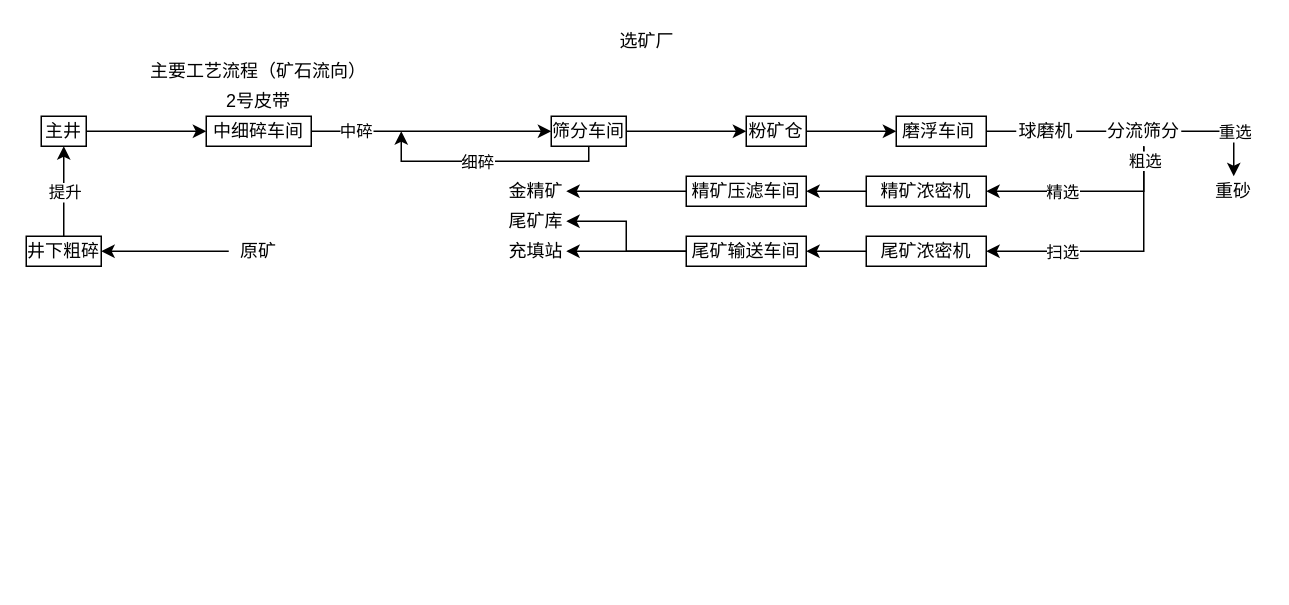
Above: 选矿工艺流程图.drawio in XS0612/daviddraw-drawio-diagrams (draw.io), before the change. Source tidied: cells renumbered, new cells numbered last; positions are measured from the earlier drawing's top-left corner, leaving out a move shared by most shapes. Both pictures are drawn from the tidied source at 150%, with x=0, y=0 at pixel (26, 26).
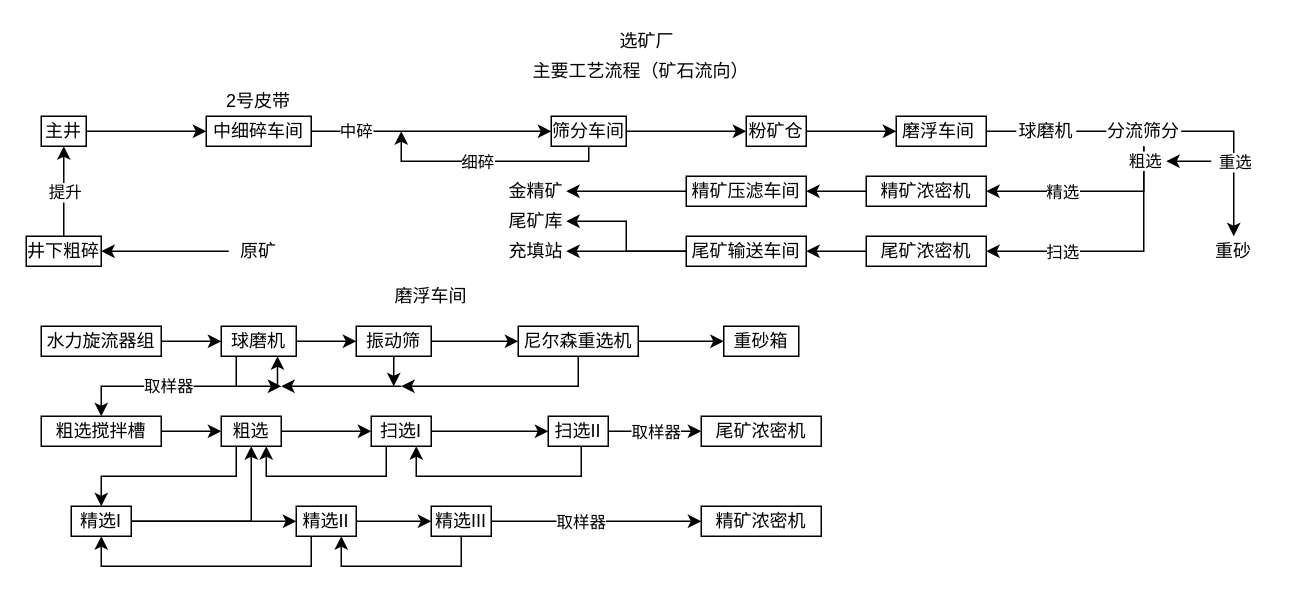
The same page after the edit.

Commit message (it also covers changes not shown here):
更新选矿工艺流程图.drawio

Unchanged cells that the change refers to:
```xml
<mxCell id="44" style="endArrow=classic;html=1;rounded=0;exitX=1;exitY=0.5;exitDx=0;exitDy=0;entryX=0.5;entryY=0;entryDx=0;entryDy=0;" parent="1" edge="1" source="40" target="41">
  <mxGeometry relative="1" as="geometry">
    <Array as="points">
      <mxPoint x="805" y="70" />
    </Array>
  </mxGeometry>
</mxCell>
```

Diff of the diagram source:
```diff
@@
     <mxCell id="3" value="主要工艺流程（矿石流向）" style="text;html=1;whiteSpace=wrap;strokeColor=none;fillColor=none;align=center;verticalAlign=middle;rounded=0;" parent="1" vertex="1">
-      <mxGeometry x="80" y="20" width="150" height="20" as="geometry" />
+      <mxGeometry y="20" width="820" height="20" as="geometry" />
     </mxCell>
@@
     <mxCell id="41" value="重砂" style="text;html=1;whiteSpace=wrap;strokeColor=none;fillColor=none;align=center;verticalAlign=middle;rounded=0;" parent="1" vertex="1">
-      <mxGeometry x="790" y="100" width="30" height="20" as="geometry" />
+      <mxGeometry x="790" y="140" width="30" height="20" as="geometry" />
     </mxCell>
@@
     <mxCell id="45" value="重选" style="edgeLabel;html=1;align=center;verticalAlign=middle;" parent="44" vertex="1">
       <mxGeometry x="-0.47" y="1" relative="1" as="geometry">
-        <mxPoint x="18" y="1" as="offset" />
+        <mxPoint x="7" y="21" as="offset" />
       </mxGeometry>
     </mxCell>
+    <mxCell id="46" style="edgeStyle=orthogonalEdgeStyle;rounded=0;jettySize=auto;html=1;" parent="1" edge="1" source="47" target="51">
+      <mxGeometry relative="1" as="geometry" />
+    </mxCell>
+    <mxCell id="47" value="水力旋流器组" style="whiteSpace=wrap;html=1;" parent="1" vertex="1">
+      <mxGeometry x="10" y="200" width="80" height="20" as="geometry" />
+    </mxCell>
+    <mxCell id="48" style="edgeStyle=orthogonalEdgeStyle;rounded=0;jettySize=auto;html=1;" parent="1" edge="1" source="51" target="54">
+      <mxGeometry relative="1" as="geometry" />
+    </mxCell>
+    <mxCell id="49" style="edgeStyle=orthogonalEdgeStyle;rounded=0;jettySize=auto;html=1;entryX=0.5;entryY=0;entryDx=0;entryDy=0;" parent="1" edge="1" source="51" target="60">
+      <mxGeometry relative="1" as="geometry">
+        <Array as="points">
+          <mxPoint x="140" y="240" />
+          <mxPoint x="50" y="240" />
+        </Array>
+      </mxGeometry>
+    </mxCell>
+    <mxCell id="50" value="取样器" style="edgeLabel;html=1;align=center;verticalAlign=middle;" parent="49" vertex="1">
+      <mxGeometry x="0.01" y="-1" relative="1" as="geometry" />
+    </mxCell>
+    <mxCell id="51" value="球磨机" style="whiteSpace=wrap;html=1;" parent="1" vertex="1">
+      <mxGeometry x="130" y="200" width="50" height="20" as="geometry" />
+    </mxCell>
+    <mxCell id="52" style="edgeStyle=orthogonalEdgeStyle;rounded=0;jettySize=auto;html=1;" parent="1" edge="1" source="54" target="57">
+      <mxGeometry relative="1" as="geometry" />
+    </mxCell>
+    <mxCell id="53" style="edgeStyle=orthogonalEdgeStyle;rounded=0;jettySize=auto;html=1;" parent="1" edge="1" source="54">
+      <mxGeometry relative="1" as="geometry">
+        <mxPoint x="245" y="240" as="targetPoint" />
+      </mxGeometry>
+    </mxCell>
+    <mxCell id="54" value="振动筛" style="whiteSpace=wrap;html=1;" parent="1" vertex="1">
+      <mxGeometry x="220" y="200" width="50" height="20" as="geometry" />
+    </mxCell>
+    <mxCell id="55" style="edgeStyle=orthogonalEdgeStyle;rounded=0;jettySize=auto;html=1;" parent="1" edge="1" source="57" target="58">
+      <mxGeometry relative="1" as="geometry" />
+    </mxCell>
+    <mxCell id="56" style="edgeStyle=orthogonalEdgeStyle;rounded=0;jettySize=auto;html=1;exitX=0.5;exitY=1;exitDx=0;exitDy=0;" parent="1" edge="1" source="57">
+      <mxGeometry relative="1" as="geometry">
+        <mxPoint x="250" y="240" as="targetPoint" />
+        <Array as="points">
+          <mxPoint x="350" y="240" />
+          <mxPoint x="350.3" y="240" />
+        </Array>
+      </mxGeometry>
+    </mxCell>
+    <mxCell id="57" value="尼尔森重选机" style="whiteSpace=wrap;html=1;" parent="1" vertex="1">
+      <mxGeometry x="328" y="200" width="80" height="20" as="geometry" />
+    </mxCell>
+    <mxCell id="58" value="重砂箱" style="whiteSpace=wrap;html=1;" parent="1" vertex="1">
+      <mxGeometry x="465" y="200" width="50" height="20" as="geometry" />
+    </mxCell>
+    <mxCell id="59" style="edgeStyle=orthogonalEdgeStyle;rounded=0;jettySize=auto;html=1;" parent="1" edge="1" source="60" target="66">
+      <mxGeometry relative="1" as="geometry" />
+    </mxCell>
+    <mxCell id="60" value="粗选搅拌槽" style="whiteSpace=wrap;html=1;" parent="1" vertex="1">
+      <mxGeometry x="10" y="260" width="80" height="20" as="geometry" />
+    </mxCell>
+    <mxCell id="61" style="endArrow=classic;html=1;rounded=0;" parent="1" edge="1">
+      <mxGeometry relative="1" as="geometry">
+        <mxPoint x="790" y="90" as="sourcePoint" />
+        <mxPoint x="760" y="90" as="targetPoint" />
+      </mxGeometry>
+    </mxCell>
+    <mxCell id="62" style="endArrow=classic;html=1;rounded=0;" parent="1" edge="1">
+      <mxGeometry relative="1" as="geometry">
+        <mxPoint x="250" y="240" as="sourcePoint" />
+        <mxPoint x="170" y="240" as="targetPoint" />
+      </mxGeometry>
+    </mxCell>
+    <mxCell id="63" style="endArrow=classic;html=1;rounded=0;entryX=0.75;entryY=1;entryDx=0;entryDy=0;" parent="1" edge="1" target="51">
+      <mxGeometry relative="1" as="geometry">
+        <mxPoint x="167.5" y="240" as="sourcePoint" />
+      </mxGeometry>
+    </mxCell>
+    <mxCell id="64" style="endArrow=classic;html=1;rounded=0;" parent="1" edge="1">
+      <mxGeometry relative="1" as="geometry">
+        <mxPoint x="140" y="240" as="sourcePoint" />
+        <mxPoint x="170" y="240" as="targetPoint" />
+      </mxGeometry>
+    </mxCell>
+    <mxCell id="65" style="edgeStyle=orthogonalEdgeStyle;rounded=0;jettySize=auto;html=1;" parent="1" edge="1" source="66" target="69">
+      <mxGeometry relative="1" as="geometry" />
+    </mxCell>
+    <mxCell id="66" value="粗选" style="whiteSpace=wrap;html=1;" parent="1" vertex="1">
+      <mxGeometry x="130" y="260" width="40" height="20" as="geometry" />
+    </mxCell>
+    <mxCell id="67" style="edgeStyle=orthogonalEdgeStyle;rounded=0;jettySize=auto;html=1;" parent="1" edge="1" source="69" target="73">
+      <mxGeometry relative="1" as="geometry" />
+    </mxCell>
+    <mxCell id="68" style="edgeStyle=orthogonalEdgeStyle;rounded=0;jettySize=auto;html=1;entryX=0.75;entryY=1;entryDx=0;entryDy=0;" parent="1" edge="1" source="69" target="66">
+      <mxGeometry relative="1" as="geometry">
+        <Array as="points">
+          <mxPoint x="240" y="300" />
+          <mxPoint x="160" y="300" />
+        </Array>
+      </mxGeometry>
+    </mxCell>
+    <mxCell id="69" value="扫选I" style="whiteSpace=wrap;html=1;" parent="1" vertex="1">
+      <mxGeometry x="230" y="260" width="40" height="20" as="geometry" />
+    </mxCell>
+    <mxCell id="70" style="edgeStyle=orthogonalEdgeStyle;rounded=0;jettySize=auto;html=1;entryX=0.75;entryY=1;entryDx=0;entryDy=0;" parent="1" edge="1" source="73" target="69">
+      <mxGeometry relative="1" as="geometry">
+        <Array as="points">
+          <mxPoint x="370" y="300" />
+          <mxPoint x="260" y="300" />
+        </Array>
+      </mxGeometry>
+    </mxCell>
+    <mxCell id="71" style="edgeStyle=orthogonalEdgeStyle;rounded=0;jettySize=auto;html=1;" parent="1" edge="1" source="73" target="87">
+      <mxGeometry relative="1" as="geometry" />
+    </mxCell>
+    <mxCell id="72" value="取样器" style="edgeLabel;html=1;align=center;verticalAlign=middle;" parent="71" vertex="1">
+      <mxGeometry x="-0.01" relative="1" as="geometry" />
+    </mxCell>
+    <mxCell id="73" value="扫选II" style="whiteSpace=wrap;html=1;" parent="1" vertex="1">
+      <mxGeometry x="348" y="260" width="40" height="20" as="geometry" />
+    </mxCell>
+    <mxCell id="74" value="磨浮车间" style="text;html=1;whiteSpace=wrap;strokeColor=none;fillColor=none;align=center;verticalAlign=middle;rounded=0;" parent="1" vertex="1">
+      <mxGeometry x="10" y="170" width="520" height="20" as="geometry" />
+    </mxCell>
+    <mxCell id="75" style="endArrow=classic;html=1;rounded=0;exitX=0.25;exitY=1;exitDx=0;exitDy=0;" parent="1" edge="1" source="66">
+      <mxGeometry relative="1" as="geometry">
+        <mxPoint x="50" y="320" as="targetPoint" />
+        <Array as="points">
+          <mxPoint x="140" y="300" />
+          <mxPoint x="50" y="300" />
+        </Array>
+      </mxGeometry>
+    </mxCell>
+    <mxCell id="76" style="edgeStyle=orthogonalEdgeStyle;rounded=0;jettySize=auto;html=1;" parent="1" edge="1" source="78" target="81">
+      <mxGeometry relative="1" as="geometry" />
+    </mxCell>
+    <mxCell id="77" style="edgeStyle=orthogonalEdgeStyle;rounded=0;jettySize=auto;html=1;entryX=0.5;entryY=1;entryDx=0;entryDy=0;" parent="1" edge="1" source="78" target="66">
+      <mxGeometry relative="1" as="geometry">
+        <Array as="points">
+          <mxPoint x="150" y="330" />
+        </Array>
+      </mxGeometry>
+    </mxCell>
+    <mxCell id="78" value="精选I" style="whiteSpace=wrap;html=1;" parent="1" vertex="1">
+      <mxGeometry x="30" y="320" width="40" height="20" as="geometry" />
+    </mxCell>
+    <mxCell id="79" style="edgeStyle=orthogonalEdgeStyle;rounded=0;jettySize=auto;html=1;" parent="1" edge="1" source="81" target="85">
+      <mxGeometry relative="1" as="geometry" />
+    </mxCell>
+    <mxCell id="80" style="edgeStyle=orthogonalEdgeStyle;rounded=0;jettySize=auto;html=1;entryX=0.5;entryY=1;entryDx=0;entryDy=0;" parent="1" edge="1" source="81" target="78">
+      <mxGeometry relative="1" as="geometry">
+        <Array as="points">
+          <mxPoint x="190" y="360" />
+          <mxPoint x="50" y="360" />
+        </Array>
+      </mxGeometry>
+    </mxCell>
+    <mxCell id="81" value="精选II" style="whiteSpace=wrap;html=1;" parent="1" vertex="1">
+      <mxGeometry x="180" y="320" width="40" height="20" as="geometry" />
+    </mxCell>
+    <mxCell id="82" style="edgeStyle=orthogonalEdgeStyle;rounded=0;jettySize=auto;html=1;entryX=0.75;entryY=1;entryDx=0;entryDy=0;" parent="1" edge="1" source="85" target="81">
+      <mxGeometry relative="1" as="geometry">
+        <Array as="points">
+          <mxPoint x="290" y="360" />
+          <mxPoint x="210" y="360" />
+        </Array>
+      </mxGeometry>
+    </mxCell>
+    <mxCell id="83" style="edgeStyle=orthogonalEdgeStyle;rounded=0;jettySize=auto;html=1;" parent="1" edge="1" source="85" target="86">
+      <mxGeometry relative="1" as="geometry" />
+    </mxCell>
+    <mxCell id="84" value="取样器" style="edgeLabel;html=1;align=center;verticalAlign=middle;" parent="83" vertex="1">
+      <mxGeometry x="-0.16" relative="1" as="geometry" />
+    </mxCell>
+    <mxCell id="85" value="精选III" style="whiteSpace=wrap;html=1;" parent="1" vertex="1">
+      <mxGeometry x="270" y="320" width="40" height="20" as="geometry" />
+    </mxCell>
+    <mxCell id="86" value="精矿浓密机" style="whiteSpace=wrap;html=1;" parent="1" vertex="1">
+      <mxGeometry x="450" y="320" width="80" height="20" as="geometry" />
+    </mxCell>
+    <mxCell id="87" value="尾矿浓密机" style="whiteSpace=wrap;html=1;" parent="1" vertex="1">
+      <mxGeometry x="450" y="260" width="80" height="20" as="geometry" />
+    </mxCell>
```
